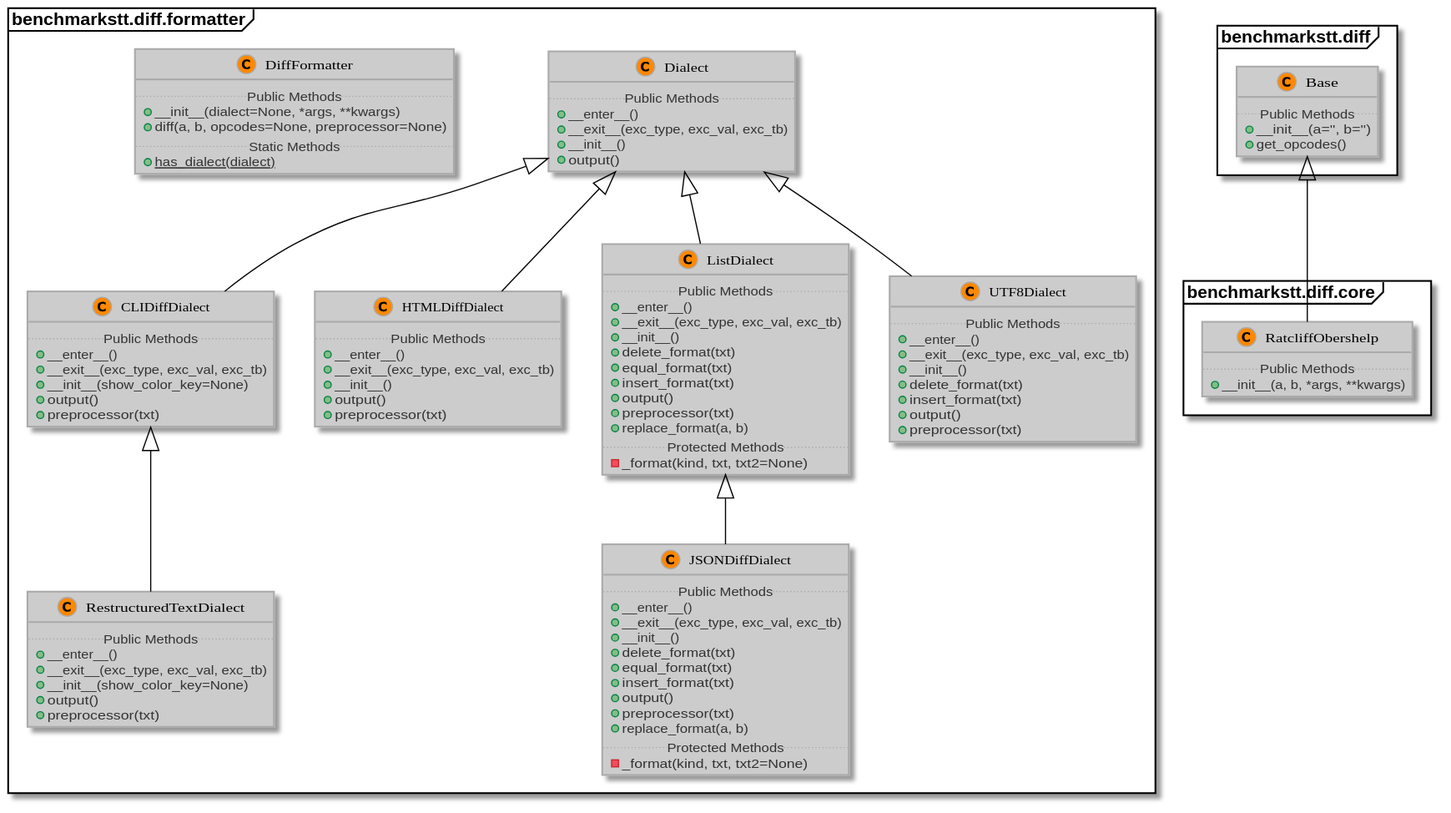
Above: docs/_static/uml/benchmarkstt.diff.svg in ebu/benchmarkstt (PlantUML), before the change. The source it was exported from:
```plantuml
@startuml

skinparam packageStyle Frame
!define LIGHTORANGE
!includeurl https://raw.githubusercontent.com/Drakemor/RedDress-PlantUML/master/style.puml
package benchmarkstt.diff.formatter [[https://benchmarkstt.readthedocs.io/en/latest/modules/benchmarkstt.diff.formatter.html#]] {

	class benchmarkstt.diff.formatter.CLIDiffDialect  [[https://benchmarkstt.readthedocs.io/en/latest/modules/benchmarkstt.diff.formatter.html#benchmarkstt.diff.formatter.CLIDiffDialect]] extends benchmarkstt.diff.formatter.Dialect {
		.. Public Methods ..
		+__enter__()
		+__exit__(exc_type, exc_val, exc_tb)
		+__init__(show_color_key=None)
		+output()
		+preprocessor(txt)
	}

	class benchmarkstt.diff.formatter.Dialect  [[https://benchmarkstt.readthedocs.io/en/latest/modules/benchmarkstt.diff.formatter.html#benchmarkstt.diff.formatter.Dialect]] {
		.. Public Methods ..
		+__enter__()
		+__exit__(exc_type, exc_val, exc_tb)
		+__init__()
		+output()
	}

	class benchmarkstt.diff.formatter.DiffFormatter  [[https://benchmarkstt.readthedocs.io/en/latest/modules/benchmarkstt.diff.formatter.html#benchmarkstt.diff.formatter.DiffFormatter]] {
		.. Public Methods ..
		+__init__(dialect=None, *args, **kwargs)
		+diff(a, b, opcodes=None, preprocessor=None)
		.. Static Methods ..
		{static} +has_dialect(dialect)
	}

	class benchmarkstt.diff.formatter.HTMLDiffDialect  [[https://benchmarkstt.readthedocs.io/en/latest/modules/benchmarkstt.diff.formatter.html#benchmarkstt.diff.formatter.HTMLDiffDialect]] extends benchmarkstt.diff.formatter.Dialect {
		.. Public Methods ..
		+__enter__()
		+__exit__(exc_type, exc_val, exc_tb)
		+__init__()
		+output()
		+preprocessor(txt)
	}

	class benchmarkstt.diff.formatter.JSONDiffDialect  [[https://benchmarkstt.readthedocs.io/en/latest/modules/benchmarkstt.diff.formatter.html#benchmarkstt.diff.formatter.JSONDiffDialect]] extends benchmarkstt.diff.formatter.ListDialect {
		.. Public Methods ..
		+__enter__()
		+__exit__(exc_type, exc_val, exc_tb)
		+__init__()
		+delete_format(txt)
		+equal_format(txt)
		+insert_format(txt)
		+output()
		+preprocessor(txt)
		+replace_format(a, b)
		.. Protected Methods ..
		-_format(kind, txt, txt2=None)
	}

	class benchmarkstt.diff.formatter.ListDialect  [[https://benchmarkstt.readthedocs.io/en/latest/modules/benchmarkstt.diff.formatter.html#benchmarkstt.diff.formatter.ListDialect]] extends benchmarkstt.diff.formatter.Dialect {
		.. Public Methods ..
		+__enter__()
		+__exit__(exc_type, exc_val, exc_tb)
		+__init__()
		+delete_format(txt)
		+equal_format(txt)
		+insert_format(txt)
		+output()
		+preprocessor(txt)
		+replace_format(a, b)
		.. Protected Methods ..
		-_format(kind, txt, txt2=None)
	}

	class benchmarkstt.diff.formatter.RestructuredTextDialect  [[https://benchmarkstt.readthedocs.io/en/latest/modules/benchmarkstt.diff.formatter.html#benchmarkstt.diff.formatter.RestructuredTextDialect]] extends benchmarkstt.diff.formatter.CLIDiffDialect {
		.. Public Methods ..
		+__enter__()
		+__exit__(exc_type, exc_val, exc_tb)
		+__init__(show_color_key=None)
		+output()
		+preprocessor(txt)
	}

	class benchmarkstt.diff.formatter.UTF8Dialect  [[https://benchmarkstt.readthedocs.io/en/latest/modules/benchmarkstt.diff.formatter.html#benchmarkstt.diff.formatter.UTF8Dialect]] extends benchmarkstt.diff.formatter.Dialect {
		.. Public Methods ..
		+__enter__()
		+__exit__(exc_type, exc_val, exc_tb)
		+__init__()
		+delete_format(txt)
		+insert_format(txt)
		+output()
		+preprocessor(txt)
	}
}

package benchmarkstt.diff [[https://benchmarkstt.readthedocs.io/en/latest/modules/benchmarkstt.diff.html#]] {

	class benchmarkstt.diff.Base  [[https://benchmarkstt.readthedocs.io/en/latest/modules/benchmarkstt.diff.html#benchmarkstt.diff.Base]] {
		.. Public Methods ..
		+__init__(a='', b='')
		+get_opcodes()
	}
}

package benchmarkstt.diff.core [[https://benchmarkstt.readthedocs.io/en/latest/modules/benchmarkstt.diff.core.html#]] {

	class benchmarkstt.diff.core.RatcliffObershelp  [[https://benchmarkstt.readthedocs.io/en/latest/modules/benchmarkstt.diff.core.html#benchmarkstt.diff.core.RatcliffObershelp]] extends benchmarkstt.diff.Base {
		.. Public Methods ..
		+__init__(a, b, *args, **kwargs)
	}
}




@enduml
```
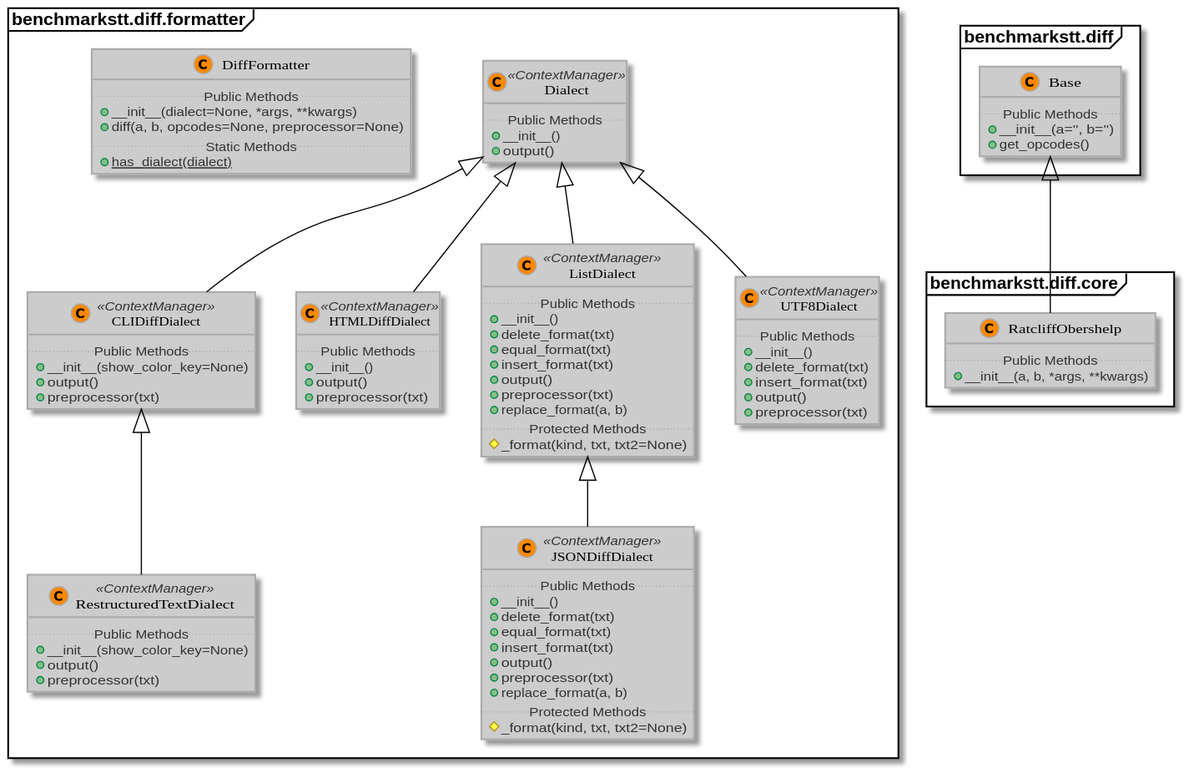
The same diagram one commit later.

The edit, as a diff of the source:
```diff
@@ -5,24 +5,20 @@
 !includeurl https://raw.githubusercontent.com/Drakemor/RedDress-PlantUML/master/style.puml
 package benchmarkstt.diff.formatter [[https://benchmarkstt.readthedocs.io/en/latest/modules/benchmarkstt.diff.formatter.html#]] {
 
-	class benchmarkstt.diff.formatter.CLIDiffDialect  [[https://benchmarkstt.readthedocs.io/en/latest/modules/benchmarkstt.diff.formatter.html#benchmarkstt.diff.formatter.CLIDiffDialect]] extends benchmarkstt.diff.formatter.Dialect {
+	class benchmarkstt.diff.formatter.CLIDiffDialect << ContextManager >>  [[https://benchmarkstt.readthedocs.io/en/latest/modules/benchmarkstt.diff.formatter.html#benchmarkstt.diff.formatter.CLIDiffDialect]] extends benchmarkstt.diff.formatter.Dialect {
 		.. Public Methods ..
-		+__enter__()
-		+__exit__(exc_type, exc_val, exc_tb)
 		+__init__(show_color_key=None)
 		+output()
 		+preprocessor(txt)
 	}
 
-	class benchmarkstt.diff.formatter.Dialect  [[https://benchmarkstt.readthedocs.io/en/latest/modules/benchmarkstt.diff.formatter.html#benchmarkstt.diff.formatter.Dialect]] {
+	class benchmarkstt.diff.formatter.Dialect << ContextManager >>  [[https://benchmarkstt.readthedocs.io/en/latest/modules/benchmarkstt.diff.formatter.html#benchmarkstt.diff.formatter.Dialect]] {
 		.. Public Methods ..
-		+__enter__()
-		+__exit__(exc_type, exc_val, exc_tb)
 		+__init__()
 		+output()
 	}
 
-	class benchmarkstt.diff.formatter.DiffFormatter  [[https://benchmarkstt.readthedocs.io/en/latest/modules/benchmarkstt.diff.formatter.html#benchmarkstt.diff.formatter.DiffFormatter]] {
+	class benchmarkstt.diff.formatter.DiffFormatter   [[https://benchmarkstt.readthedocs.io/en/latest/modules/benchmarkstt.diff.formatter.html#benchmarkstt.diff.formatter.DiffFormatter]] {
 		.. Public Methods ..
 		+__init__(dialect=None, *args, **kwargs)
 		+diff(a, b, opcodes=None, preprocessor=None)
@@ -30,19 +26,15 @@
 		{static} +has_dialect(dialect)
 	}
 
-	class benchmarkstt.diff.formatter.HTMLDiffDialect  [[https://benchmarkstt.readthedocs.io/en/latest/modules/benchmarkstt.diff.formatter.html#benchmarkstt.diff.formatter.HTMLDiffDialect]] extends benchmarkstt.diff.formatter.Dialect {
+	class benchmarkstt.diff.formatter.HTMLDiffDialect << ContextManager >>  [[https://benchmarkstt.readthedocs.io/en/latest/modules/benchmarkstt.diff.formatter.html#benchmarkstt.diff.formatter.HTMLDiffDialect]] extends benchmarkstt.diff.formatter.Dialect {
 		.. Public Methods ..
-		+__enter__()
-		+__exit__(exc_type, exc_val, exc_tb)
 		+__init__()
 		+output()
 		+preprocessor(txt)
 	}
 
-	class benchmarkstt.diff.formatter.JSONDiffDialect  [[https://benchmarkstt.readthedocs.io/en/latest/modules/benchmarkstt.diff.formatter.html#benchmarkstt.diff.formatter.JSONDiffDialect]] extends benchmarkstt.diff.formatter.ListDialect {
+	class benchmarkstt.diff.formatter.JSONDiffDialect << ContextManager >>  [[https://benchmarkstt.readthedocs.io/en/latest/modules/benchmarkstt.diff.formatter.html#benchmarkstt.diff.formatter.JSONDiffDialect]] extends benchmarkstt.diff.formatter.ListDialect {
 		.. Public Methods ..
-		+__enter__()
-		+__exit__(exc_type, exc_val, exc_tb)
 		+__init__()
 		+delete_format(txt)
 		+equal_format(txt)
@@ -51,13 +43,11 @@
 		+preprocessor(txt)
 		+replace_format(a, b)
 		.. Protected Methods ..
-		-_format(kind, txt, txt2=None)
+		#_format(kind, txt, txt2=None)
 	}
 
-	class benchmarkstt.diff.formatter.ListDialect  [[https://benchmarkstt.readthedocs.io/en/latest/modules/benchmarkstt.diff.formatter.html#benchmarkstt.diff.formatter.ListDialect]] extends benchmarkstt.diff.formatter.Dialect {
+	class benchmarkstt.diff.formatter.ListDialect << ContextManager >>  [[https://benchmarkstt.readthedocs.io/en/latest/modules/benchmarkstt.diff.formatter.html#benchmarkstt.diff.formatter.ListDialect]] extends benchmarkstt.diff.formatter.Dialect {
 		.. Public Methods ..
-		+__enter__()
-		+__exit__(exc_type, exc_val, exc_tb)
 		+__init__()
 		+delete_format(txt)
 		+equal_format(txt)
@@ -66,22 +56,18 @@
 		+preprocessor(txt)
 		+replace_format(a, b)
 		.. Protected Methods ..
-		-_format(kind, txt, txt2=None)
+		#_format(kind, txt, txt2=None)
 	}
 
-	class benchmarkstt.diff.formatter.RestructuredTextDialect  [[https://benchmarkstt.readthedocs.io/en/latest/modules/benchmarkstt.diff.formatter.html#benchmarkstt.diff.formatter.RestructuredTextDialect]] extends benchmarkstt.diff.formatter.CLIDiffDialect {
+	class benchmarkstt.diff.formatter.RestructuredTextDialect << ContextManager >>  [[https://benchmarkstt.readthedocs.io/en/latest/modules/benchmarkstt.diff.formatter.html#benchmarkstt.diff.formatter.RestructuredTextDialect]] extends benchmarkstt.diff.formatter.CLIDiffDialect {
 		.. Public Methods ..
-		+__enter__()
-		+__exit__(exc_type, exc_val, exc_tb)
 		+__init__(show_color_key=None)
 		+output()
 		+preprocessor(txt)
 	}
 
-	class benchmarkstt.diff.formatter.UTF8Dialect  [[https://benchmarkstt.readthedocs.io/en/latest/modules/benchmarkstt.diff.formatter.html#benchmarkstt.diff.formatter.UTF8Dialect]] extends benchmarkstt.diff.formatter.Dialect {
+	class benchmarkstt.diff.formatter.UTF8Dialect << ContextManager >>  [[https://benchmarkstt.readthedocs.io/en/latest/modules/benchmarkstt.diff.formatter.html#benchmarkstt.diff.formatter.UTF8Dialect]] extends benchmarkstt.diff.formatter.Dialect {
 		.. Public Methods ..
-		+__enter__()
-		+__exit__(exc_type, exc_val, exc_tb)
 		+__init__()
 		+delete_format(txt)
 		+insert_format(txt)
@@ -92,7 +78,7 @@
 
 package benchmarkstt.diff [[https://benchmarkstt.readthedocs.io/en/latest/modules/benchmarkstt.diff.html#]] {
 
-	class benchmarkstt.diff.Base  [[https://benchmarkstt.readthedocs.io/en/latest/modules/benchmarkstt.diff.html#benchmarkstt.diff.Base]] {
+	class benchmarkstt.diff.Base   [[https://benchmarkstt.readthedocs.io/en/latest/modules/benchmarkstt.diff.html#benchmarkstt.diff.Base]] {
 		.. Public Methods ..
 		+__init__(a='', b='')
 		+get_opcodes()
@@ -101,7 +87,7 @@
 
 package benchmarkstt.diff.core [[https://benchmarkstt.readthedocs.io/en/latest/modules/benchmarkstt.diff.core.html#]] {
 
-	class benchmarkstt.diff.core.RatcliffObershelp  [[https://benchmarkstt.readthedocs.io/en/latest/modules/benchmarkstt.diff.core.html#benchmarkstt.diff.core.RatcliffObershelp]] extends benchmarkstt.diff.Base {
+	class benchmarkstt.diff.core.RatcliffObershelp   [[https://benchmarkstt.readthedocs.io/en/latest/modules/benchmarkstt.diff.core.html#benchmarkstt.diff.core.RatcliffObershelp]] extends benchmarkstt.diff.Base {
 		.. Public Methods ..
 		+__init__(a, b, *args, **kwargs)
 	}
```
